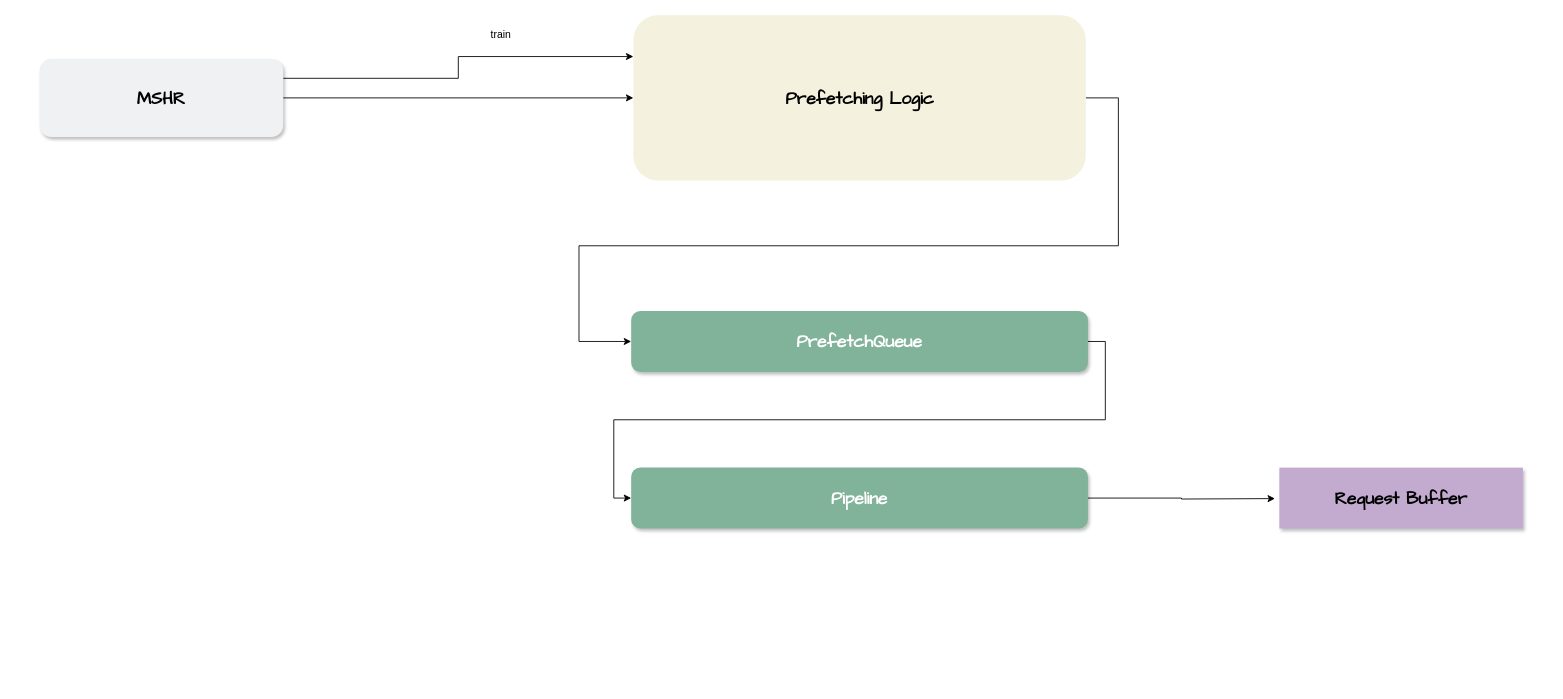
Above: page "Page-4" (4 of 4) of ampm.drawio in miaochenlu/Draw (draw.io), before the change. Source tidied: cells renumbered, new cells numbered last; positions are measured from the earlier drawing's top-left corner, leaving out a move shared by most shapes. Both pictures are drawn from the tidied source at 87%, with x=0, y=0 at pixel (39, 15).
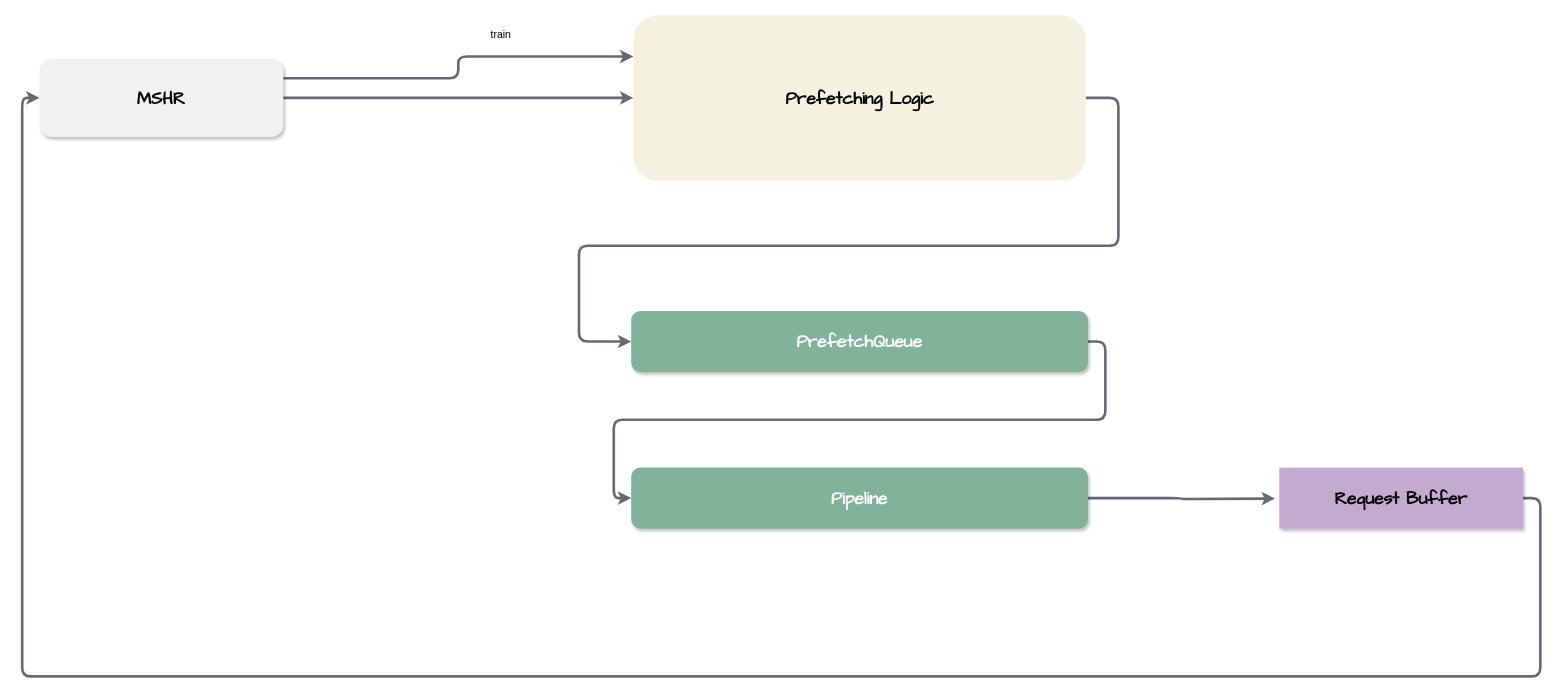
The same page after the edit.

Change to the diagram source:
```diff
@@
 <mxGraphModel>
   <root>
     <mxCell id="0" />
     <mxCell id="1" parent="0" />
-    <mxCell id="2" style="edgeStyle=orthogonalEdgeStyle;rounded=0;jettySize=auto;html=1;exitX=1;exitY=0.25;exitDx=0;exitDy=0;entryX=0;entryY=0.25;entryDx=0;entryDy=0;" parent="1" edge="1" source="4" target="6">
+    <mxCell id="2" style="edgeStyle=orthogonalEdgeStyle;rounded=1;jettySize=auto;html=1;exitX=1;exitY=0.25;exitDx=0;exitDy=0;entryX=0;entryY=0.25;entryDx=0;entryDy=0;fontSize=20;fontFamily=Comic Sans MS;strokeColor=#696773;strokeWidth=3;fontStyle=1;" parent="1" edge="1" source="4" target="6">
       <mxGeometry relative="1" as="geometry" />
     </mxCell>
-    <mxCell id="3" style="edgeStyle=orthogonalEdgeStyle;rounded=0;jettySize=auto;html=1;exitX=1;exitY=0.5;exitDx=0;exitDy=0;" parent="1" edge="1" source="4" target="6">
+    <mxCell id="3" style="edgeStyle=orthogonalEdgeStyle;rounded=1;jettySize=auto;html=1;exitX=1;exitY=0.5;exitDx=0;exitDy=0;fontSize=20;fontFamily=Comic Sans MS;strokeColor=#696773;strokeWidth=3;fontStyle=1;" parent="1" edge="1" source="4" target="6">
       <mxGeometry relative="1" as="geometry" />
     </mxCell>
     <mxCell id="4" value="&lt;font color=&quot;#000000&quot; style=&quot;font-size: 20px;&quot;&gt;MSHR&lt;/font&gt;" style="whiteSpace=wrap;html=1;fontSize=20;fontFamily=Comic Sans MS;fillColor=#eff1f3;strokeColor=none;fontColor=#FFFFFF;strokeWidth=2;rounded=1;shadow=1;glass=0;comic=0;gradientColor=none;fontStyle=1;" parent="1" vertex="1">
       <mxGeometry y="50" width="280" height="90" as="geometry" />
     </mxCell>
-    <mxCell id="5" style="edgeStyle=orthogonalEdgeStyle;rounded=0;jettySize=auto;html=1;exitX=1;exitY=0.5;exitDx=0;exitDy=0;entryX=0;entryY=0.5;entryDx=0;entryDy=0;" parent="1" edge="1" source="6" target="9">
+    <mxCell id="5" style="edgeStyle=orthogonalEdgeStyle;rounded=1;jettySize=auto;html=1;exitX=1;exitY=0.5;exitDx=0;exitDy=0;entryX=0;entryY=0.5;entryDx=0;entryDy=0;fontSize=20;fontFamily=Comic Sans MS;strokeColor=#696773;strokeWidth=3;fontStyle=1;" parent="1" edge="1" source="6" target="9">
       <mxGeometry relative="1" as="geometry">
         <Array as="points">
           <mxPoint x="1240" y="95" />
           <mxPoint x="1240" y="265" />
           <mxPoint x="620" y="265" />
           <mxPoint x="620" y="375" />
         </Array>
       </mxGeometry>
     </mxCell>
     <mxCell id="6" value="&lt;font color=&quot;#000000&quot;&gt;Prefetching Logic&lt;/font&gt;" style="whiteSpace=wrap;html=1;fontSize=20;fontFamily=Comic Sans MS;fillColor=#f4f1de;strokeColor=none;fontColor=#FFFFFF;strokeWidth=2;rounded=1;shadow=0;glass=0;comic=0;gradientColor=none;fontStyle=1;" parent="1" vertex="1">
       <mxGeometry x="682.5" width="520" height="190" as="geometry" />
     </mxCell>
     <mxCell id="7" value="train" style="text;html=1;align=center;verticalAlign=middle;strokeColor=none;fillColor=none;" parent="1" vertex="1">
       <mxGeometry x="505" y="8" width="50" height="30" as="geometry" />
     </mxCell>
-    <mxCell id="8" style="edgeStyle=orthogonalEdgeStyle;rounded=0;jettySize=auto;html=1;exitX=1;exitY=0.5;exitDx=0;exitDy=0;entryX=0;entryY=0.5;entryDx=0;entryDy=0;" parent="1" edge="1" source="9" target="11">
+    <mxCell id="8" style="edgeStyle=orthogonalEdgeStyle;rounded=1;jettySize=auto;html=1;exitX=1;exitY=0.5;exitDx=0;exitDy=0;entryX=0;entryY=0.5;entryDx=0;entryDy=0;fontSize=20;fontFamily=Comic Sans MS;strokeColor=#696773;strokeWidth=3;fontStyle=1;" parent="1" edge="1" source="9" target="11">
       <mxGeometry relative="1" as="geometry" />
     </mxCell>
     <mxCell id="9" value="PrefetchQueue" style="whiteSpace=wrap;html=1;fontSize=20;fontFamily=Comic Sans MS;fillColor=#81b29a;strokeColor=none;fontColor=#FFFFFF;rounded=1;strokeWidth=2;shadow=1;glass=0;comic=0;gradientColor=none;fontStyle=1;" parent="1" vertex="1">
       <mxGeometry x="680" y="340" width="525" height="70" as="geometry" />
     </mxCell>
-    <mxCell id="10" style="edgeStyle=orthogonalEdgeStyle;rounded=0;jettySize=auto;html=1;exitX=1;exitY=0.5;exitDx=0;exitDy=0;" parent="1" edge="1" source="11">
+    <mxCell id="10" style="edgeStyle=orthogonalEdgeStyle;rounded=1;jettySize=auto;html=1;exitX=1;exitY=0.5;exitDx=0;exitDy=0;fontSize=20;fontFamily=Comic Sans MS;strokeColor=#696773;strokeWidth=3;fontStyle=1;" parent="1" edge="1" source="11">
       <mxGeometry relative="1" as="geometry">
         <mxPoint x="1420" y="555.6" as="targetPoint" />
       </mxGeometry>
     </mxCell>
     <mxCell id="11" value="Pipeline" style="whiteSpace=wrap;html=1;fontSize=20;fontFamily=Comic Sans MS;fillColor=#81b29a;strokeColor=none;fontColor=#FFFFFF;rounded=1;strokeWidth=2;shadow=1;glass=0;comic=0;gradientColor=none;fontStyle=1;" parent="1" vertex="1">
       <mxGeometry x="680" y="520" width="525" height="70" as="geometry" />
     </mxCell>
+    <mxCell id="13" style="edgeStyle=orthogonalEdgeStyle;rounded=1;jettySize=auto;html=1;exitX=1;exitY=0.5;exitDx=0;exitDy=0;entryX=0;entryY=0.5;entryDx=0;entryDy=0;fontSize=20;fontFamily=Comic Sans MS;strokeColor=#696773;strokeWidth=3;fontStyle=1;" parent="1" edge="1" source="12" target="4">
+      <mxGeometry relative="1" as="geometry">
+        <Array as="points">
+          <mxPoint x="1725" y="555" />
+          <mxPoint x="1725" y="760" />
+          <mxPoint x="-20" y="760" />
+          <mxPoint x="-20" y="95" />
+        </Array>
+      </mxGeometry>
+    </mxCell>
     <mxCell id="12" value="Request Buffer" style="rounded=1;whiteSpace=wrap;html=1;fontFamily=Comic Sans MS;strokeWidth=2;fillColor=#C3ABD0;strokeColor=none;fontColor=default;shadow=1;glass=0;comic=0;gradientColor=none;fontStyle=1;fontSize=20;arcSize=0;" parent="1" vertex="1">
       <mxGeometry x="1425" y="520" width="280" height="70" as="geometry" />
     </mxCell>
   </root>
 </mxGraphModel>
```
